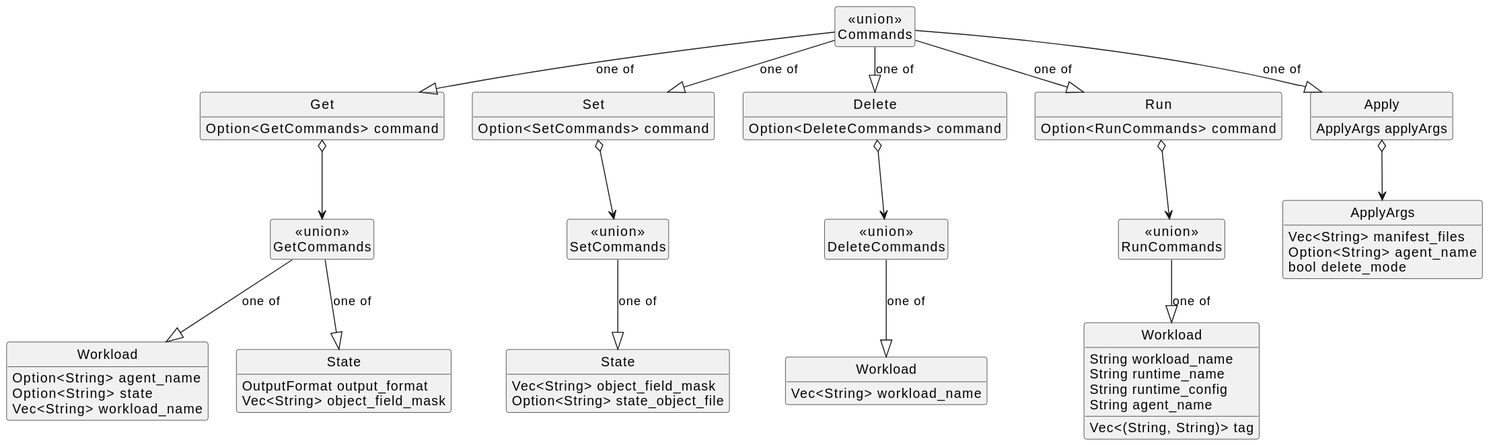
Above: ank/doc/swdesign/plantuml/class_data-structures.svg in eclipse-ankaios/ankaios (PlantUML), before the change.
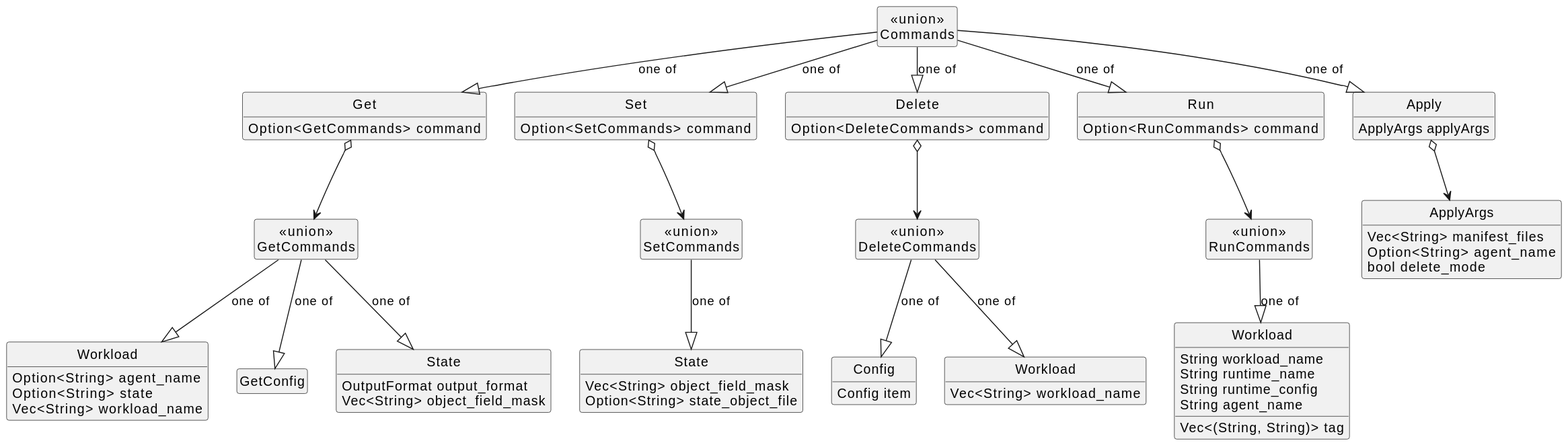
Above is the later version.

Commit message:
Fix review findings (constants, plantuml, renamed system tests file)

What changed in the source:
```diff
@@ -34,6 +34,7 @@
 struct "<<union>>\nGetCommands" as GetCommands
 GetCommands --|> GetState : one of
 GetCommands --|> GetWorkload : one of
+GetCommands --|> GetConfig : one of
 
 GetState : OutputFormat output_format
 GetState : Vec<String> object_field_mask
@@ -55,8 +56,12 @@
 struct "Workload" as DeleteWorkload
 DeleteWorkload : Vec<String> workload_name
 
+struct "Config" as DeleteConfig
+DeleteConfig : Config item
+
 struct "<<union>>\nDeleteCommands" as DeleteCommands
 DeleteCommands --|> DeleteWorkload : one of
+DeleteCommands --|> DeleteConfig : one of
 DeleteCommands <--o Delete
 
 struct "Workload" as RunWorkload
```
